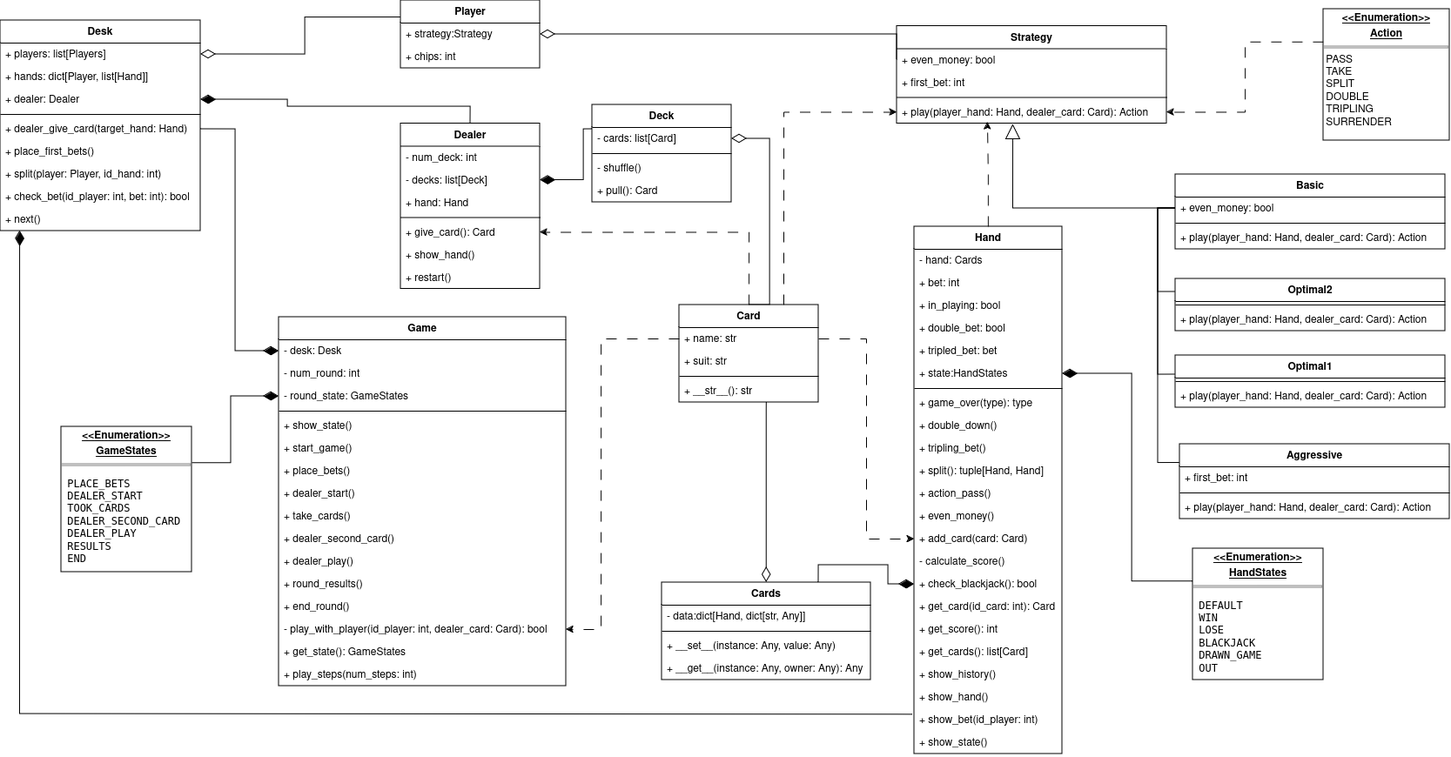
maxscherbakov/spbu-python-course keeps this draw.io diagram as project/game/docs/UML.png. Above is the earlier version. Source tidied: cells renumbered, new cells last; positions are measured from the earlier drawing's top-left corner, leaving out a move shared by most shapes.
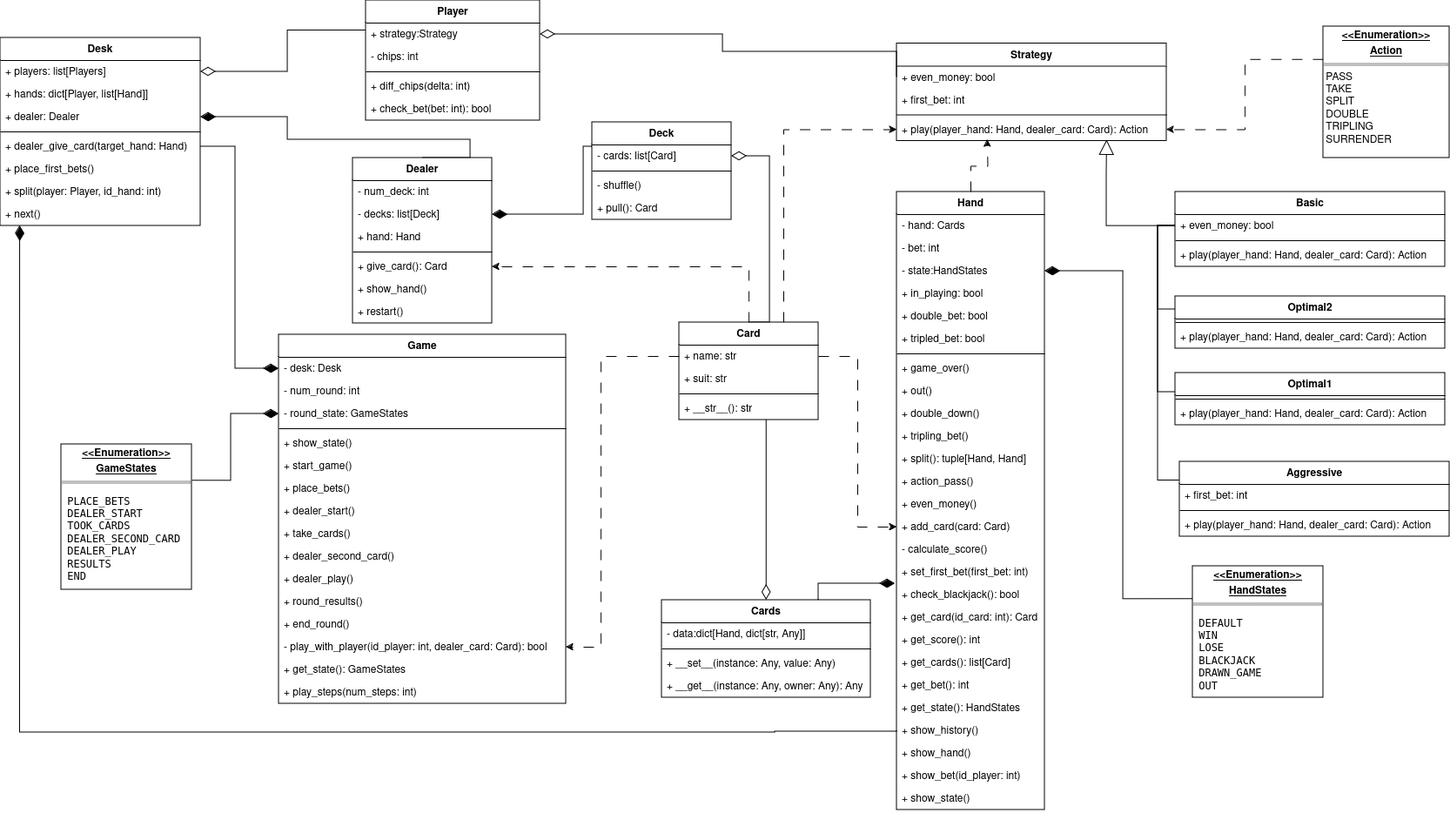
The same diagram one commit later.

The edit, as a diff of the source:
```diff
@@ -5,10 +5,19 @@
     <mxCell id="2" value="Player" style="swimlane;fontStyle=1;align=center;verticalAlign=top;horizontal=1;startSize=26;whiteSpace=wrap;html=1;fontColor=default;" parent="1" vertex="1">
-      <mxGeometry x="460" width="160" height="78" as="geometry" />
+      <mxGeometry x="420" y="-20" width="200" height="138" as="geometry" />
     </mxCell>
     <mxCell id="3" value="+ strategy:Strategy" style="text;strokeColor=none;fillColor=none;align=left;verticalAlign=top;spacingLeft=4;spacingRight=4;overflow=hidden;points=[[0,0.5],[1,0.5]];portConstraint=eastwest;whiteSpace=wrap;html=1;fontColor=default;" parent="2" vertex="1">
-      <mxGeometry y="26" width="160" height="26" as="geometry" />
+      <mxGeometry y="26" width="200" height="26" as="geometry" />
     </mxCell>
-    <mxCell id="4" value="+ chips: int" style="text;strokeColor=none;fillColor=none;align=left;verticalAlign=top;spacingLeft=4;spacingRight=4;overflow=hidden;whiteSpace=wrap;html=1;fontColor=default;" parent="2" vertex="1">
-      <mxGeometry y="52" width="160" height="26" as="geometry" />
+    <mxCell id="4" value="- chips: int" style="text;strokeColor=none;fillColor=none;align=left;verticalAlign=top;spacingLeft=4;spacingRight=4;overflow=hidden;whiteSpace=wrap;html=1;fontColor=default;" parent="2" vertex="1">
+      <mxGeometry y="52" width="200" height="26" as="geometry" />
     </mxCell>
+    <mxCell id="123" style="line;strokeWidth=1;fillColor=none;align=left;verticalAlign=middle;spacingTop=-1;spacingLeft=3;spacingRight=3;labelPosition=right;strokeColor=inherit;fontColor=default;" parent="2" vertex="1">
+      <mxGeometry y="78" width="200" height="8" as="geometry" />
+    </mxCell>
+    <mxCell id="124" value="+ diff_chips(delta: int)" style="text;strokeColor=none;fillColor=none;align=left;verticalAlign=top;spacingLeft=4;spacingRight=4;overflow=hidden;whiteSpace=wrap;html=1;" parent="2" vertex="1">
+      <mxGeometry y="86" width="200" height="26" as="geometry" />
+    </mxCell>
+    <mxCell id="125" value="+ check_bet(bet: int): bool" style="text;strokeColor=none;fillColor=none;align=left;verticalAlign=top;spacingLeft=4;spacingRight=4;overflow=hidden;whiteSpace=wrap;html=1;" parent="2" vertex="1">
+      <mxGeometry y="112" width="200" height="26" as="geometry" />
+    </mxCell>
     <mxCell id="5" style="edgeStyle=orthogonalEdgeStyle;rounded=0;jettySize=auto;html=1;exitX=0.5;exitY=0;exitDx=0;exitDy=0;entryX=1;entryY=0.5;entryDx=0;entryDy=0;endArrow=diamondThin;endFill=1;endSize=15;" parent="1" edge="1" source="6" target="67">
@@ -16,4 +25,5 @@
         <Array as="points">
-          <mxPoint x="540" y="122" />
-          <mxPoint x="330" y="122" />
+          <mxPoint x="540" y="161" />
+          <mxPoint x="540" y="140" />
+          <mxPoint x="330" y="140" />
           <mxPoint x="330" y="114" />
@@ -23,3 +33,3 @@
     <mxCell id="6" value="&lt;div&gt;Dealer&lt;/div&gt;" style="swimlane;fontStyle=1;align=center;verticalAlign=top;horizontal=1;startSize=26;whiteSpace=wrap;html=1;fontColor=default;" parent="1" vertex="1">
-      <mxGeometry x="460" y="141.5" width="160" height="190" as="geometry" />
+      <mxGeometry x="405" y="161" width="160" height="190" as="geometry" />
     </mxCell>
@@ -127,3 +137,3 @@
           <mxPoint x="670" y="148" />
-          <mxPoint x="670" y="206" />
+          <mxPoint x="670" y="226" />
         </Array>
@@ -131,7 +141,9 @@
     </mxCell>
-    <mxCell id="39" style="edgeStyle=orthogonalEdgeStyle;rounded=0;jettySize=auto;html=1;exitX=-0.014;exitY=0.264;exitDx=0;exitDy=0;endArrow=diamondThin;endFill=1;endSize=15;exitPerimeter=0;entryX=0.098;entryY=0.991;entryDx=0;entryDy=0;entryPerimeter=0;" parent="1" edge="1" source="62" target="73">
+    <mxCell id="39" style="edgeStyle=orthogonalEdgeStyle;rounded=0;jettySize=auto;html=1;endArrow=diamondThin;endFill=1;endSize=15;entryX=0.098;entryY=0.991;entryDx=0;entryDy=0;entryPerimeter=0;exitX=0;exitY=0.5;exitDx=0;exitDy=0;" parent="1" edge="1" source="60" target="73">
       <mxGeometry relative="1" as="geometry">
         <Array as="points">
-          <mxPoint x="1030" y="821" />
-          <mxPoint x="22" y="820" />
+          <mxPoint x="1030" y="820" />
+          <mxPoint x="890" y="820" />
+          <mxPoint x="890" y="821" />
+          <mxPoint x="23" y="821" />
         </Array>
@@ -140,3 +152,3 @@
     <mxCell id="40" value="Hand" style="swimlane;fontStyle=1;align=center;verticalAlign=top;horizontal=1;startSize=26;whiteSpace=wrap;html=1;fontColor=default;" parent="1" vertex="1">
-      <mxGeometry x="1050" y="260" width="170" height="606" as="geometry" />
+      <mxGeometry x="1030" y="200" width="170" height="710" as="geometry" />
     </mxCell>
@@ -145,17 +157,17 @@
     </mxCell>
-    <mxCell id="42" value="+ bet: int" style="text;strokeColor=none;fillColor=none;align=left;verticalAlign=top;spacingLeft=4;spacingRight=4;overflow=hidden;whiteSpace=wrap;html=1;fontColor=default;" parent="40" vertex="1">
+    <mxCell id="42" value="- bet: int" style="text;strokeColor=none;fillColor=none;align=left;verticalAlign=top;spacingLeft=4;spacingRight=4;overflow=hidden;whiteSpace=wrap;html=1;fontColor=default;" parent="40" vertex="1">
       <mxGeometry y="52" width="170" height="26" as="geometry" />
     </mxCell>
+    <mxCell id="46" value="- state:HandStates" style="text;strokeColor=none;fillColor=none;align=left;verticalAlign=top;spacingLeft=4;spacingRight=4;overflow=hidden;points=[[0,0.5],[1,0.5]];portConstraint=eastwest;whiteSpace=wrap;html=1;fontColor=default;" parent="40" vertex="1">
+      <mxGeometry y="78" width="170" height="26" as="geometry" />
+    </mxCell>
     <mxCell id="43" value="+ in_playing: bool" style="text;strokeColor=none;fillColor=none;align=left;verticalAlign=top;spacingLeft=4;spacingRight=4;overflow=hidden;whiteSpace=wrap;html=1;fontColor=default;" parent="40" vertex="1">
-      <mxGeometry y="78" width="170" height="26" as="geometry" />
+      <mxGeometry y="104" width="170" height="26" as="geometry" />
     </mxCell>
     <mxCell id="44" value="+ double_bet: bool" style="text;strokeColor=none;fillColor=none;align=left;verticalAlign=top;spacingLeft=4;spacingRight=4;overflow=hidden;whiteSpace=wrap;html=1;fontColor=default;" parent="40" vertex="1">
-      <mxGeometry y="104" width="170" height="26" as="geometry" />
+      <mxGeometry y="130" width="170" height="26" as="geometry" />
     </mxCell>
-    <mxCell id="45" value="+ tripled_bet: bet" style="text;strokeColor=none;fillColor=none;align=left;verticalAlign=top;spacingLeft=4;spacingRight=4;overflow=hidden;whiteSpace=wrap;html=1;fontColor=default;" parent="40" vertex="1">
-      <mxGeometry y="130" width="170" height="26" as="geometry" />
+    <mxCell id="45" value="+ tripled_bet: bool" style="text;strokeColor=none;fillColor=none;align=left;verticalAlign=top;spacingLeft=4;spacingRight=4;overflow=hidden;whiteSpace=wrap;html=1;fontColor=default;" parent="40" vertex="1">
+      <mxGeometry y="156" width="170" height="26" as="geometry" />
     </mxCell>
-    <mxCell id="46" value="+ state:HandStates" style="text;strokeColor=none;fillColor=none;align=left;verticalAlign=top;spacingLeft=4;spacingRight=4;overflow=hidden;points=[[0,0.5],[1,0.5]];portConstraint=eastwest;whiteSpace=wrap;html=1;fontColor=default;" parent="40" vertex="1">
-      <mxGeometry y="156" width="170" height="26" as="geometry" />
-    </mxCell>
     <mxCell id="47" style="line;strokeWidth=1;fillColor=none;align=left;verticalAlign=middle;spacingTop=-1;spacingLeft=3;spacingRight=3;labelPosition=right;strokeColor=inherit;fontColor=default;" parent="40" vertex="1">
@@ -163,52 +175,64 @@
     </mxCell>
-    <mxCell id="48" value="+ &lt;span style=&quot;&quot;&gt;game_over&lt;/span&gt;(type): type" style="text;strokeColor=none;fillColor=none;align=left;verticalAlign=top;spacingLeft=4;spacingRight=4;overflow=hidden;whiteSpace=wrap;html=1;fontColor=default;" parent="40" vertex="1">
+    <mxCell id="48" value="+ &lt;span style=&quot;&quot;&gt;game_over&lt;/span&gt;()" style="text;strokeColor=none;fillColor=none;align=left;verticalAlign=top;spacingLeft=4;spacingRight=4;overflow=hidden;whiteSpace=wrap;html=1;fontColor=default;" parent="40" vertex="1">
       <mxGeometry y="190" width="170" height="26" as="geometry" />
     </mxCell>
+    <mxCell id="126" value="+ out()" style="text;strokeColor=none;fillColor=none;align=left;verticalAlign=top;spacingLeft=4;spacingRight=4;overflow=hidden;whiteSpace=wrap;html=1;fontColor=default;" parent="40" vertex="1">
+      <mxGeometry y="216" width="170" height="26" as="geometry" />
+    </mxCell>
     <mxCell id="49" value="+ double_down()" style="text;strokeColor=none;fillColor=none;align=left;verticalAlign=top;spacingLeft=4;spacingRight=4;overflow=hidden;whiteSpace=wrap;html=1;fontColor=default;" parent="40" vertex="1">
-      <mxGeometry y="216" width="170" height="26" as="geometry" />
+      <mxGeometry y="242" width="170" height="26" as="geometry" />
     </mxCell>
     <mxCell id="50" value="+ &lt;span style=&quot;&quot;&gt;tripling_bet&lt;/span&gt;()" style="text;strokeColor=none;fillColor=none;align=left;verticalAlign=top;spacingLeft=4;spacingRight=4;overflow=hidden;whiteSpace=wrap;html=1;fontColor=default;" parent="40" vertex="1">
-      <mxGeometry y="242" width="170" height="26" as="geometry" />
+      <mxGeometry y="268" width="170" height="26" as="geometry" />
     </mxCell>
     <mxCell id="51" value="+ split(): tuple[Hand, Hand]" style="text;strokeColor=none;fillColor=none;align=left;verticalAlign=top;spacingLeft=4;spacingRight=4;overflow=hidden;whiteSpace=wrap;html=1;fontColor=default;" parent="40" vertex="1">
-      <mxGeometry y="268" width="170" height="26" as="geometry" />
+      <mxGeometry y="294" width="170" height="26" as="geometry" />
     </mxCell>
     <mxCell id="52" value="+ action_pass()" style="text;strokeColor=none;fillColor=none;align=left;verticalAlign=top;spacingLeft=4;spacingRight=4;overflow=hidden;whiteSpace=wrap;html=1;fontColor=default;" parent="40" vertex="1">
-      <mxGeometry y="294" width="170" height="26" as="geometry" />
+      <mxGeometry y="320" width="170" height="26" as="geometry" />
     </mxCell>
     <mxCell id="53" value="+ even_money()" style="text;strokeColor=none;fillColor=none;align=left;verticalAlign=top;spacingLeft=4;spacingRight=4;overflow=hidden;whiteSpace=wrap;html=1;fontColor=default;" parent="40" vertex="1">
-      <mxGeometry y="320" width="170" height="26" as="geometry" />
+      <mxGeometry y="346" width="170" height="26" as="geometry" />
     </mxCell>
     <mxCell id="54" value="+ &lt;span style=&quot;&quot;&gt;add_card&lt;/span&gt;(card: Card)" style="text;strokeColor=none;fillColor=none;align=left;verticalAlign=top;spacingLeft=4;spacingRight=4;overflow=hidden;points=[[0,0.5],[1,0.5]];portConstraint=eastwest;whiteSpace=wrap;html=1;fontColor=default;" parent="40" vertex="1">
-      <mxGeometry y="346" width="170" height="26" as="geometry" />
+      <mxGeometry y="372" width="170" height="26" as="geometry" />
     </mxCell>
     <mxCell id="55" value="&lt;span style=&quot;&quot;&gt;&lt;/span&gt;&lt;span style=&quot;&quot;&gt;- calculate_score&lt;/span&gt;()" style="text;strokeColor=none;fillColor=none;align=left;verticalAlign=top;spacingLeft=4;spacingRight=4;overflow=hidden;whiteSpace=wrap;html=1;fontColor=default;" parent="40" vertex="1">
-      <mxGeometry y="372" width="170" height="26" as="geometry" />
+      <mxGeometry y="398" width="170" height="26" as="geometry" />
     </mxCell>
+    <mxCell id="127" value="+ set_first_bet(first_bet: int)" style="text;strokeColor=none;fillColor=none;align=left;verticalAlign=top;spacingLeft=4;spacingRight=4;overflow=hidden;whiteSpace=wrap;html=1;fontColor=default;" parent="40" vertex="1">
+      <mxGeometry y="424" width="170" height="26" as="geometry" />
+    </mxCell>
     <mxCell id="56" value="+&lt;span style=&quot;&quot;&gt;&lt;/span&gt;&lt;span style=&quot;&quot;&gt;&lt;/span&gt;&lt;span style=&quot;&quot;&gt; check_blackjack&lt;/span&gt;(): bool" style="text;strokeColor=none;fillColor=none;align=left;verticalAlign=top;spacingLeft=4;spacingRight=4;overflow=hidden;points=[[0,0.5],[1,0.5]];portConstraint=eastwest;whiteSpace=wrap;html=1;fontColor=default;" parent="40" vertex="1">
-      <mxGeometry y="398" width="170" height="26" as="geometry" />
+      <mxGeometry y="450" width="170" height="26" as="geometry" />
     </mxCell>
     <mxCell id="57" value="+&lt;span style=&quot;&quot;&gt;&lt;/span&gt;&lt;span style=&quot;&quot;&gt;&lt;/span&gt;&lt;span style=&quot;&quot;&gt;&lt;/span&gt;&lt;span style=&quot;&quot;&gt; get_card&lt;/span&gt;(id_card: int): Card" style="text;strokeColor=none;fillColor=none;align=left;verticalAlign=top;spacingLeft=4;spacingRight=4;overflow=hidden;whiteSpace=wrap;html=1;fontColor=default;" parent="40" vertex="1">
-      <mxGeometry y="424" width="170" height="26" as="geometry" />
+      <mxGeometry y="476" width="170" height="26" as="geometry" />
     </mxCell>
     <mxCell id="58" value="+&lt;span style=&quot;&quot;&gt;&lt;/span&gt;&lt;span style=&quot;&quot;&gt;&lt;/span&gt;&lt;span style=&quot;&quot;&gt;&lt;/span&gt;&lt;span style=&quot;&quot;&gt; get_score&lt;/span&gt;(): int" style="text;strokeColor=none;fillColor=none;align=left;verticalAlign=top;spacingLeft=4;spacingRight=4;overflow=hidden;whiteSpace=wrap;html=1;fontColor=default;" parent="40" vertex="1">
-      <mxGeometry y="450" width="170" height="26" as="geometry" />
+      <mxGeometry y="502" width="170" height="26" as="geometry" />
     </mxCell>
     <mxCell id="59" value="+&lt;span style=&quot;&quot;&gt;&lt;/span&gt;&lt;span style=&quot;&quot;&gt;&lt;/span&gt;&lt;span style=&quot;&quot;&gt;&lt;/span&gt;&lt;span style=&quot;&quot;&gt; get_cards&lt;/span&gt;(): list[Card]" style="text;strokeColor=none;fillColor=none;align=left;verticalAlign=top;spacingLeft=4;spacingRight=4;overflow=hidden;whiteSpace=wrap;html=1;fontColor=default;" parent="40" vertex="1">
-      <mxGeometry y="476" width="170" height="26" as="geometry" />
+      <mxGeometry y="528" width="170" height="26" as="geometry" />
     </mxCell>
+    <mxCell id="128" value="+ get_bet(): int" style="text;strokeColor=none;fillColor=none;align=left;verticalAlign=top;spacingLeft=4;spacingRight=4;overflow=hidden;whiteSpace=wrap;html=1;fontColor=default;" parent="40" vertex="1">
+      <mxGeometry y="554" width="170" height="26" as="geometry" />
+    </mxCell>
+    <mxCell id="129" value="+ get_state(): HandStates" style="text;strokeColor=none;fillColor=none;align=left;verticalAlign=top;spacingLeft=4;spacingRight=4;overflow=hidden;whiteSpace=wrap;html=1;fontColor=default;" parent="40" vertex="1">
+      <mxGeometry y="580" width="170" height="26" as="geometry" />
+    </mxCell>
     <mxCell id="60" value="+&lt;span style=&quot;&quot;&gt;&lt;/span&gt;&lt;span style=&quot;&quot;&gt;&lt;/span&gt;&lt;span style=&quot;&quot;&gt;&lt;/span&gt;&lt;span style=&quot;&quot;&gt; show_history&lt;/span&gt;()" style="text;strokeColor=none;fillColor=none;align=left;verticalAlign=top;spacingLeft=4;spacingRight=4;overflow=hidden;points=[[0,0.5],[1,0.5]];portConstraint=eastwest;whiteSpace=wrap;html=1;fontColor=default;" parent="40" vertex="1">
-      <mxGeometry y="502" width="170" height="26" as="geometry" />
+      <mxGeometry y="606" width="170" height="26" as="geometry" />
     </mxCell>
     <mxCell id="61" value="+&lt;span style=&quot;&quot;&gt;&lt;/span&gt;&lt;span style=&quot;&quot;&gt;&lt;/span&gt;&lt;span style=&quot;&quot;&gt;&lt;/span&gt;&lt;span style=&quot;&quot;&gt; show_hand&lt;/span&gt;()" style="text;strokeColor=none;fillColor=none;align=left;verticalAlign=top;spacingLeft=4;spacingRight=4;overflow=hidden;whiteSpace=wrap;html=1;fontColor=default;" parent="40" vertex="1">
-      <mxGeometry y="528" width="170" height="26" as="geometry" />
+      <mxGeometry y="632" width="170" height="26" as="geometry" />
     </mxCell>
     <mxCell id="62" value="+&lt;span style=&quot;&quot;&gt;&lt;/span&gt;&lt;span style=&quot;&quot;&gt;&lt;/span&gt;&lt;span style=&quot;&quot;&gt;&lt;/span&gt;&lt;span style=&quot;&quot;&gt; show_bet&lt;/span&gt;(id_player: int)" style="text;strokeColor=none;fillColor=none;align=left;verticalAlign=top;spacingLeft=4;spacingRight=4;overflow=hidden;points=[[0,0.5],[1,0.5]];portConstraint=eastwest;whiteSpace=wrap;html=1;fontColor=default;" parent="40" vertex="1">
-      <mxGeometry y="554" width="170" height="26" as="geometry" />
+      <mxGeometry y="658" width="170" height="26" as="geometry" />
     </mxCell>
     <mxCell id="63" value="+ show_state()" style="text;strokeColor=none;fillColor=none;align=left;verticalAlign=top;spacingLeft=4;spacingRight=4;overflow=hidden;whiteSpace=wrap;html=1;fontColor=default;" parent="40" vertex="1">
-      <mxGeometry y="580" width="170" height="26" as="geometry" />
+      <mxGeometry y="684" width="170" height="26" as="geometry" />
     </mxCell>
     <mxCell id="64" value="Desk" style="swimlane;fontStyle=1;align=center;verticalAlign=top;horizontal=1;startSize=26;whiteSpace=wrap;html=1;" parent="1" vertex="1">
-      <mxGeometry y="23" width="230" height="242" as="geometry" />
+      <mxGeometry y="23" width="230" height="216" as="geometry" />
     </mxCell>
@@ -235,7 +259,4 @@
     </mxCell>
-    <mxCell id="72" value="+ check_bet(id_player: int, bet: int): bool" style="text;strokeColor=none;fillColor=none;align=left;verticalAlign=top;spacingLeft=4;spacingRight=4;overflow=hidden;whiteSpace=wrap;html=1;" parent="64" vertex="1">
-      <mxGeometry y="190" width="230" height="26" as="geometry" />
-    </mxCell>
     <mxCell id="73" value="+ next()" style="text;strokeColor=none;fillColor=none;align=left;verticalAlign=top;spacingLeft=4;spacingRight=4;overflow=hidden;points=[[0,0.5],[1,0.5]];portConstraint=eastwest;whiteSpace=wrap;html=1;" parent="64" vertex="1">
-      <mxGeometry y="216" width="230" height="26" as="geometry" />
+      <mxGeometry y="190" width="230" height="26" as="geometry" />
     </mxCell>
@@ -295,4 +316,9 @@
     </mxCell>
-    <mxCell id="92" style="edgeStyle=orthogonalEdgeStyle;rounded=0;jettySize=auto;html=1;exitX=0;exitY=0.5;exitDx=0;exitDy=0;entryX=0.431;entryY=1.035;entryDx=0;entryDy=0;entryPerimeter=0;endArrow=block;endFill=0;endSize=15;elbow=vertical;" parent="1" edge="1" source="96" target="18">
-      <mxGeometry relative="1" as="geometry" />
+    <mxCell id="92" style="edgeStyle=orthogonalEdgeStyle;rounded=0;jettySize=auto;html=1;exitX=0;exitY=0.5;exitDx=0;exitDy=0;entryX=0.779;entryY=0.953;entryDx=0;entryDy=0;entryPerimeter=0;endArrow=block;endFill=0;endSize=15;elbow=vertical;" parent="1" edge="1" source="96" target="18">
+      <mxGeometry relative="1" as="geometry">
+        <Array as="points">
+          <mxPoint x="1271" y="239" />
+          <mxPoint x="1271" y="180" />
+        </Array>
+      </mxGeometry>
     </mxCell>
@@ -302,2 +328,4 @@
           <mxPoint x="1030" y="39" />
+          <mxPoint x="830" y="39" />
+          <mxPoint x="830" y="19" />
         </Array>
@@ -393,4 +421,9 @@
     </mxCell>
-    <mxCell id="120" style="edgeStyle=orthogonalEdgeStyle;rounded=0;jettySize=auto;html=1;exitX=0.75;exitY=0;exitDx=0;exitDy=0;entryX=0;entryY=0.5;entryDx=0;entryDy=0;endArrow=diamondThin;endFill=1;endSize=15;" parent="1" edge="1" source="19" target="56">
-      <mxGeometry relative="1" as="geometry" />
+    <mxCell id="120" style="edgeStyle=orthogonalEdgeStyle;rounded=0;jettySize=auto;html=1;exitX=0.75;exitY=0;exitDx=0;exitDy=0;entryX=-0.012;entryY=0.026;entryDx=0;entryDy=0;endArrow=diamondThin;endFill=1;endSize=15;entryPerimeter=0;" parent="1" edge="1" source="19" target="56">
+      <mxGeometry relative="1" as="geometry">
+        <Array as="points">
+          <mxPoint x="940" y="650" />
+          <mxPoint x="1028" y="650" />
+        </Array>
+      </mxGeometry>
     </mxCell>
```
